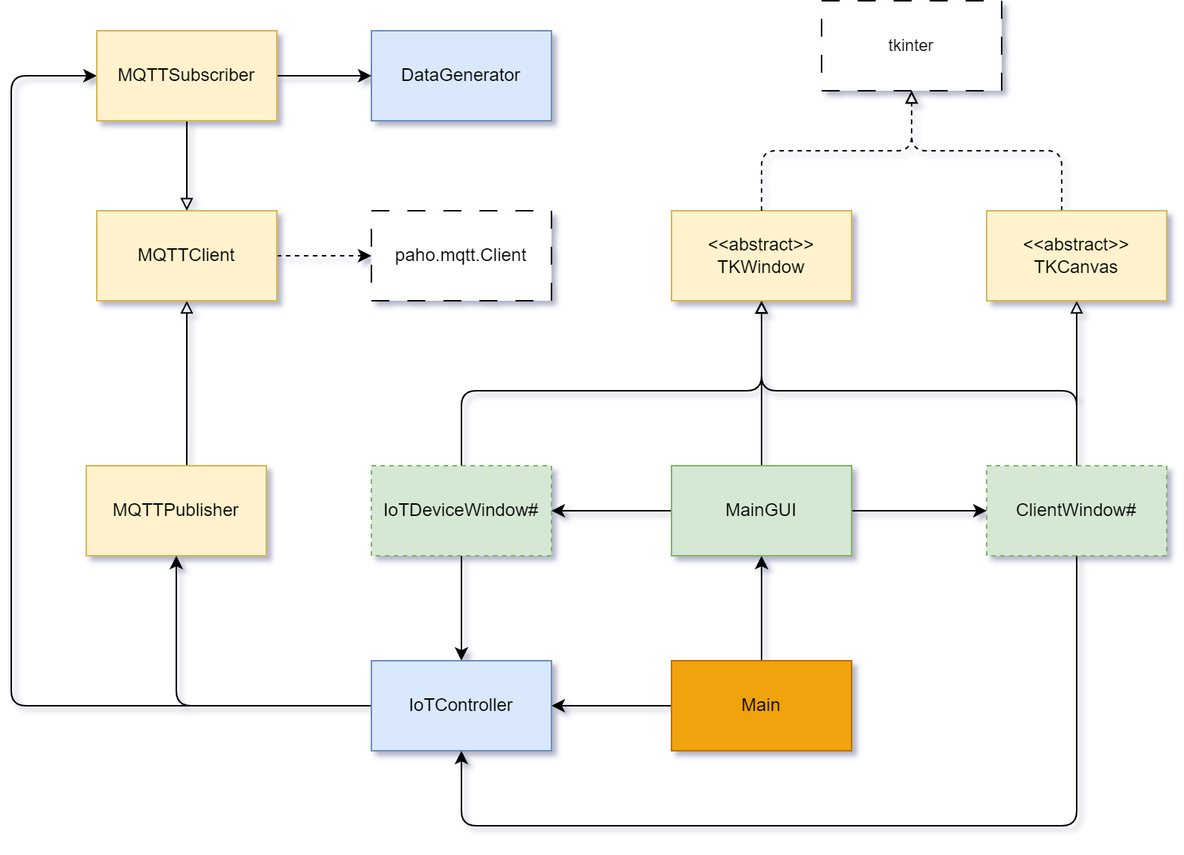
Earlier version of the draw.io export diagrams/Class_overview.png (galloppinggryphon/comp216_mqtt). Source tidied: cells renumbered, new cells last; positions are measured from the earlier drawing's top-left corner, leaving out a move shared by most shapes.
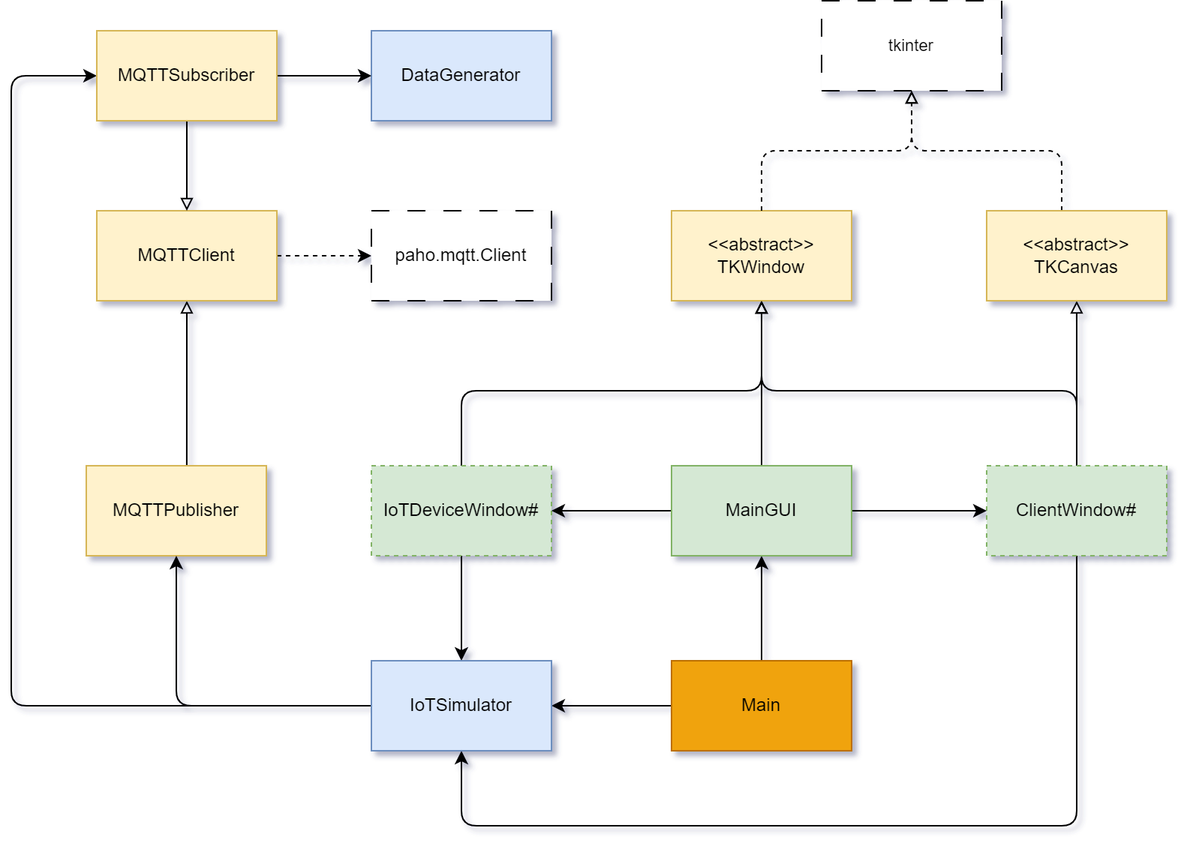
After the commit.

Diff of the diagram source:
```diff
@@ -121,7 +121,7 @@
     <mxCell id="29" style="edgeStyle=orthogonalEdgeStyle;shape=connector;rounded=1;jettySize=auto;html=1;labelBackgroundColor=default;strokeColor=default;align=center;verticalAlign=middle;fontFamily=Helvetica;fontSize=11;fontColor=default;endArrow=classic;" parent="1" edge="1" source="30" target="24">
       <mxGeometry relative="1" as="geometry" />
     </mxCell>
-    <mxCell id="30" value="IoTController" style="rounded=0;whiteSpace=wrap;html=1;fillColor=#dae8fc;strokeColor=#6c8ebf;" parent="1" vertex="1">
+    <mxCell id="30" value="IoTSimulator" style="rounded=0;whiteSpace=wrap;html=1;fillColor=#dae8fc;strokeColor=#6c8ebf;" parent="1" vertex="1">
       <mxGeometry x="240" y="440" width="120" height="60" as="geometry" />
     </mxCell>
     <mxCell id="31" style="edgeStyle=orthogonalEdgeStyle;shape=connector;rounded=1;jettySize=auto;html=1;labelBackgroundColor=default;strokeColor=default;align=center;verticalAlign=middle;fontFamily=Helvetica;fontSize=11;fontColor=default;endArrow=classic;" parent="1" edge="1" source="32" target="22">
```
